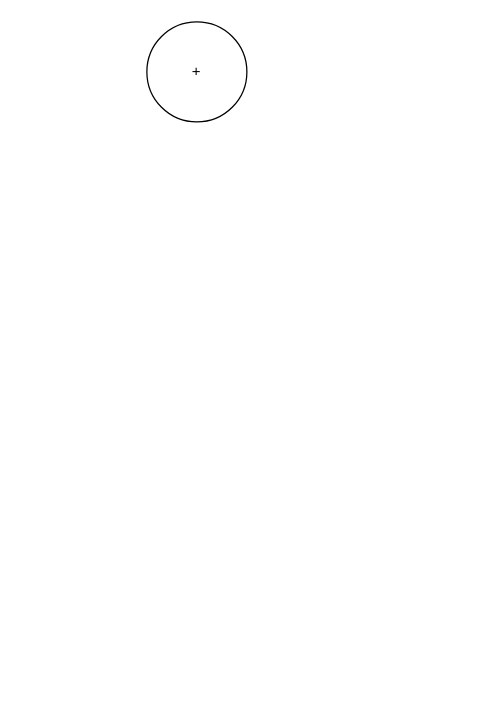
Above: drawio/软考.drawio in huang-hanson/Java-CSDN (draw.io), before the change. Source tidied: cells renumbered, new cells numbered last; positions are measured from the earlier drawing's top-left corner, leaving out a move shared by most shapes. Both pictures are drawn from the tidied source at 125%, with x=0, y=0 at pixel (146, 21).
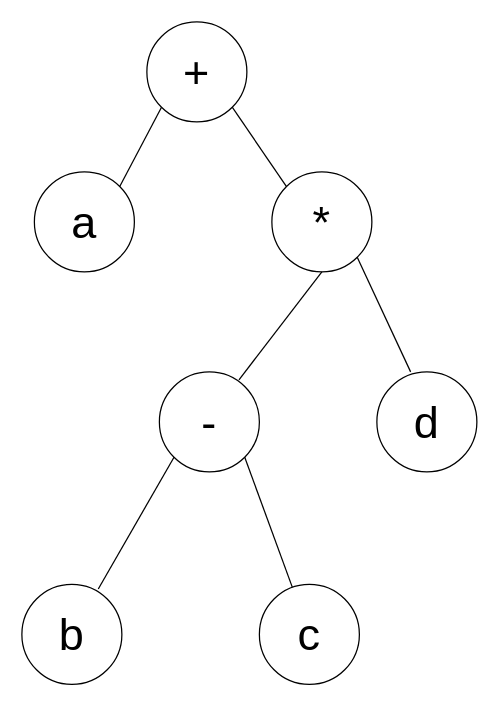
The same page after the edit.

Diff of the diagram source:
```diff
@@
 <mxGraphModel>
   <root>
     <mxCell id="0" />
     <mxCell id="1" parent="0" />
+    <mxCell id="3" style="rounded=0;jettySize=auto;html=1;exitX=0;exitY=1;exitDx=0;exitDy=0;entryX=1;entryY=0;entryDx=0;entryDy=0;endArrow=none;startFill=0;fontSize=36;" parent="1" edge="1" source="2" target="5">
+      <mxGeometry relative="1" as="geometry" />
+    </mxCell>
+    <mxCell id="4" style="rounded=0;jettySize=auto;html=1;exitX=1;exitY=1;exitDx=0;exitDy=0;entryX=0;entryY=0;entryDx=0;entryDy=0;endArrow=none;startFill=0;fontSize=36;" parent="1" edge="1" source="2" target="6">
+      <mxGeometry relative="1" as="geometry" />
+    </mxCell>
-    <mxCell id="2" value="+" style="ellipse;whiteSpace=wrap;html=1;" parent="1" vertex="1">
+    <mxCell id="2" value="+" style="ellipse;whiteSpace=wrap;html=1;fontSize=36;" parent="1" vertex="1">
       <mxGeometry width="80" height="80" as="geometry" />
     </mxCell>
+    <mxCell id="5" value="a" style="ellipse;whiteSpace=wrap;html=1;fontSize=36;" parent="1" vertex="1">
+      <mxGeometry x="-90" y="120" width="80" height="80" as="geometry" />
+    </mxCell>
+    <mxCell id="6" value="*" style="ellipse;whiteSpace=wrap;html=1;fontSize=36;" parent="1" vertex="1">
+      <mxGeometry x="100" y="120" width="80" height="80" as="geometry" />
+    </mxCell>
+    <mxCell id="7" style="rounded=0;jettySize=auto;html=1;exitX=1;exitY=1;exitDx=0;exitDy=0;endArrow=none;startFill=0;" parent="1" edge="1" source="8" target="11">
+      <mxGeometry relative="1" as="geometry" />
+    </mxCell>
+    <mxCell id="8" value="-" style="ellipse;whiteSpace=wrap;html=1;fontSize=36;" parent="1" vertex="1">
+      <mxGeometry x="10" y="280" width="80" height="80" as="geometry" />
+    </mxCell>
+    <mxCell id="9" value="d" style="ellipse;whiteSpace=wrap;html=1;fontSize=36;" parent="1" vertex="1">
+      <mxGeometry x="184" y="280" width="80" height="80" as="geometry" />
+    </mxCell>
+    <mxCell id="10" value="b" style="ellipse;whiteSpace=wrap;html=1;fontSize=36;" parent="1" vertex="1">
+      <mxGeometry x="-100" y="450" width="80" height="80" as="geometry" />
+    </mxCell>
+    <mxCell id="11" value="c" style="ellipse;whiteSpace=wrap;html=1;fontSize=36;" parent="1" vertex="1">
+      <mxGeometry x="90" y="450" width="80" height="80" as="geometry" />
+    </mxCell>
+    <mxCell id="12" style="rounded=0;jettySize=auto;html=1;exitX=0.5;exitY=1;exitDx=0;exitDy=0;entryX=0.796;entryY=0.079;entryDx=0;entryDy=0;entryPerimeter=0;strokeColor=default;endArrow=none;startFill=0;fontSize=36;" parent="1" edge="1" source="6" target="8">
+      <mxGeometry relative="1" as="geometry" />
+    </mxCell>
+    <mxCell id="13" style="rounded=0;jettySize=auto;html=1;exitX=1;exitY=1;exitDx=0;exitDy=0;endArrow=none;startFill=0;" parent="1" edge="1" source="6">
+      <mxGeometry relative="1" as="geometry">
+        <mxPoint x="211" y="280" as="targetPoint" />
+      </mxGeometry>
+    </mxCell>
+    <mxCell id="14" style="rounded=0;jettySize=auto;html=1;exitX=0;exitY=1;exitDx=0;exitDy=0;entryX=0.764;entryY=0.046;entryDx=0;entryDy=0;entryPerimeter=0;endArrow=none;startFill=0;" parent="1" edge="1" source="8" target="10">
+      <mxGeometry relative="1" as="geometry" />
+    </mxCell>
   </root>
 </mxGraphModel>
```
